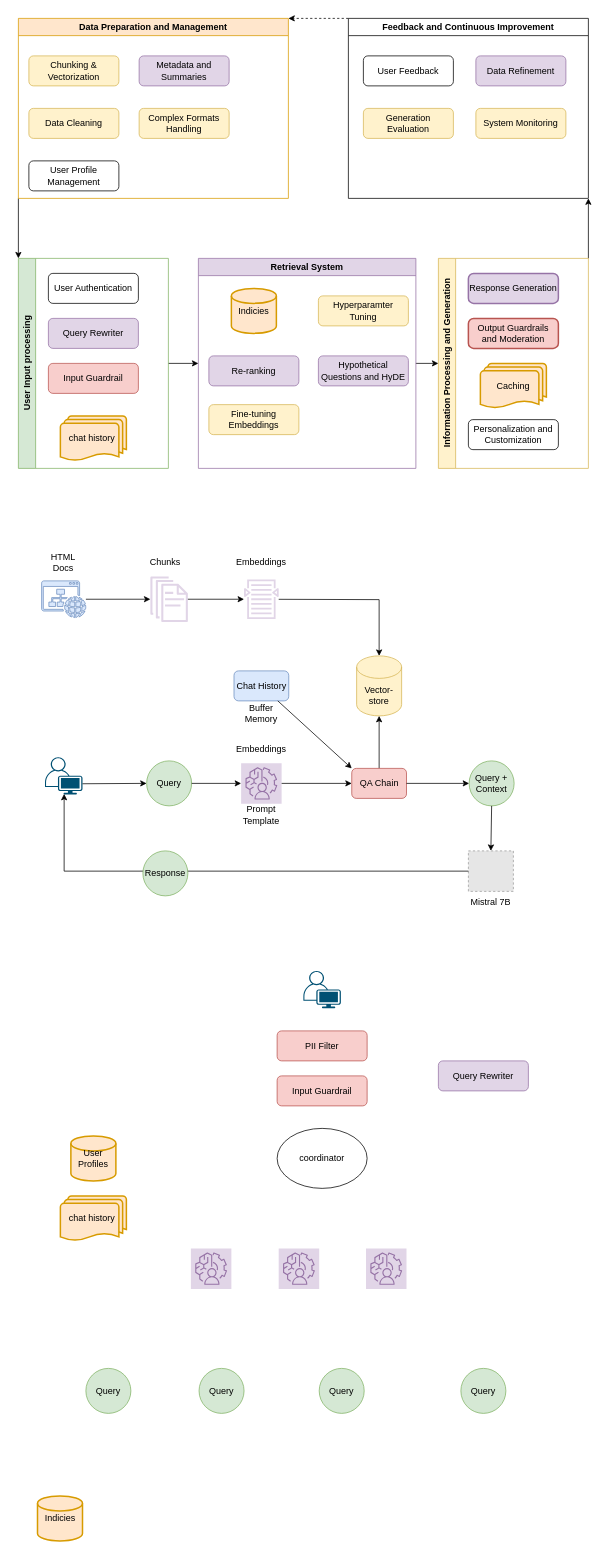
almutareb/InnovationPathfinderAI keeps this draw.io diagram as docs/roadmap_architecture.drawio. Above is the earlier version. Source tidied: cells renumbered, new cells numbered last; positions are measured from the earlier drawing's top-left corner, leaving out a move shared by most shapes. Both pictures are drawn from the tidied source at 75%, with x=0, y=0 at pixel (18, 18). Pictures stored in the file or linked from it are replaced by grey dashed boxes.
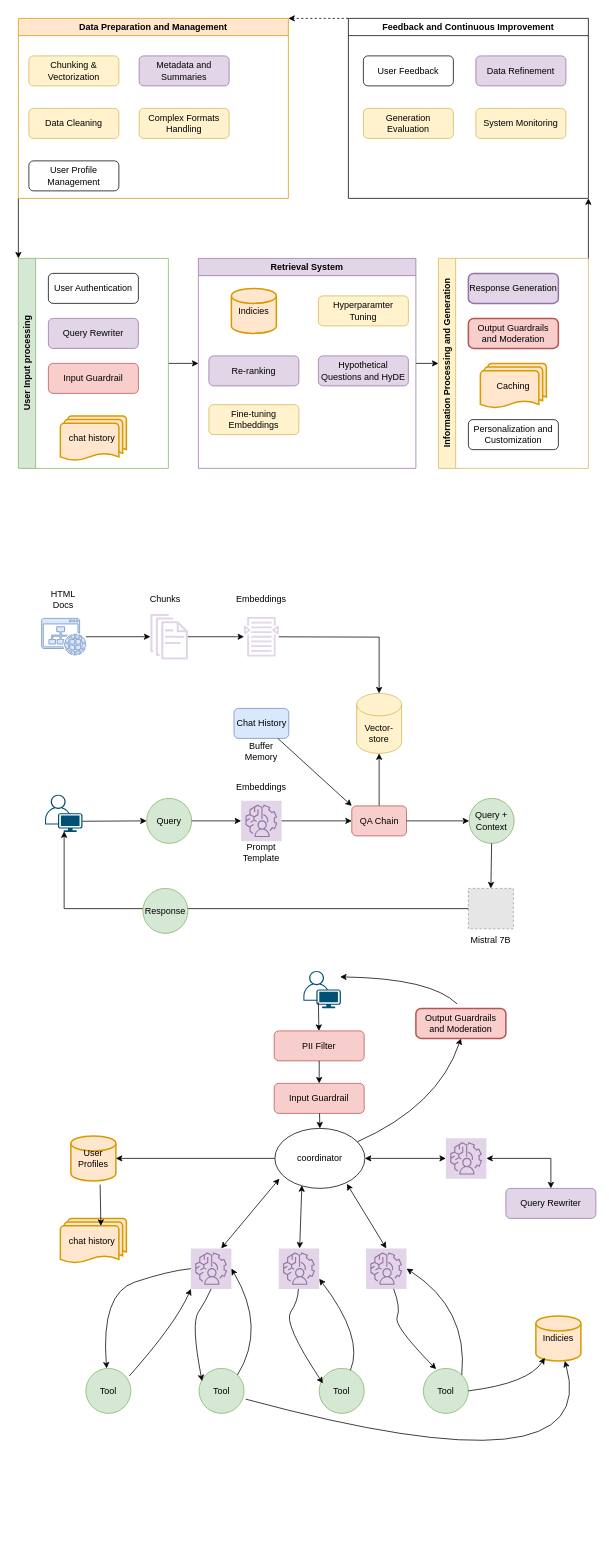
After the change.

Unchanged cells that the change refers to:
```xml
<mxCell id="64" style="points=[[0.35,0,0],[0.98,0.51,0],[1,0.71,0],[0.67,1,0],[0,0.795,0],[0,0.65,0]];verticalLabelPosition=bottom;sketch=0;html=1;verticalAlign=top;align=center;shape=mxgraph.cisco19.user;fillColor=#005073;strokeColor=none;" parent="1" vertex="1">
  <mxGeometry x="380" y="1270" width="50" height="50" as="geometry" />
</mxCell>
<mxCell id="71" style="sketch=0;points=[[0,0,0],[0.25,0,0],[0.5,0,0],[0.75,0,0],[1,0,0],[0,1,0],[0.25,1,0],[0.5,1,0],[0.75,1,0],[1,1,0],[0,0.25,0],[0,0.5,0],[0,0.75,0],[1,0.25,0],[1,0.5,0],[1,0.75,0]];outlineConnect=0;fillColor=#e1d5e7;strokeColor=#9673a6;dashed=0;verticalLabelPosition=bottom;verticalAlign=top;align=center;html=1;fontSize=12;fontStyle=0;shape=mxgraph.aws4.resourceIcon;resIcon=mxgraph.aws4.augmented_ai;" parent="1" vertex="1">
  <mxGeometry x="463.5" y="1640" width="54" height="54" as="geometry" />
</mxCell>
<mxCell id="72" style="sketch=0;points=[[0,0,0],[0.25,0,0],[0.5,0,0],[0.75,0,0],[1,0,0],[0,1,0],[0.25,1,0],[0.5,1,0],[0.75,1,0],[1,1,0],[0,0.25,0],[0,0.5,0],[0,0.75,0],[1,0.25,0],[1,0.5,0],[1,0.75,0]];outlineConnect=0;fillColor=#e1d5e7;strokeColor=#9673a6;dashed=0;verticalLabelPosition=bottom;verticalAlign=top;align=center;html=1;fontSize=12;fontStyle=0;shape=mxgraph.aws4.resourceIcon;resIcon=mxgraph.aws4.augmented_ai;" parent="1" vertex="1">
  <mxGeometry x="230" y="1640" width="54" height="54" as="geometry" />
</mxCell>
<mxCell id="73" style="sketch=0;points=[[0,0,0],[0.25,0,0],[0.5,0,0],[0.75,0,0],[1,0,0],[0,1,0],[0.25,1,0],[0.5,1,0],[0.75,1,0],[1,1,0],[0,0.25,0],[0,0.5,0],[0,0.75,0],[1,0.25,0],[1,0.5,0],[1,0.75,0]];outlineConnect=0;fillColor=#e1d5e7;strokeColor=#9673a6;dashed=0;verticalLabelPosition=bottom;verticalAlign=top;align=center;html=1;fontSize=12;fontStyle=0;shape=mxgraph.aws4.resourceIcon;resIcon=mxgraph.aws4.augmented_ai;" parent="1" vertex="1">
  <mxGeometry x="347.1" y="1640" width="54" height="54" as="geometry" />
</mxCell>
<mxCell id="78" value="User Profiles" style="strokeWidth=2;html=1;shape=mxgraph.flowchart.database;whiteSpace=wrap;fillColor=#ffe6cc;strokeColor=#d79b00;" parent="1" vertex="1">
  <mxGeometry x="70" y="1490" width="60" height="60" as="geometry" />
</mxCell>
```

The edit, as a diff of the source:
```diff
@@
     <mxCell id="34" style="sketch=0;shadow=0;dashed=0;html=1;strokeColor=#6c8ebf;fillColor=#dae8fc;labelPosition=center;verticalLabelPosition=bottom;verticalAlign=top;outlineConnect=0;align=center;shape=mxgraph.office.concepts.website;" parent="1" vertex="1">
-      <mxGeometry x="31" y="750" width="59" height="49" as="geometry" />
+      <mxGeometry x="31" y="800" width="59" height="49" as="geometry" />
     </mxCell>
     <mxCell id="35" style="points=[[0.35,0,0],[0.98,0.51,0],[1,0.71,0],[0.67,1,0],[0,0.795,0],[0,0.65,0]];verticalLabelPosition=bottom;sketch=0;html=1;verticalAlign=top;align=center;shape=mxgraph.cisco19.user;fillColor=#005073;strokeColor=none;" parent="1" vertex="1">
-      <mxGeometry x="35.5" y="985" width="50" height="50" as="geometry" />
+      <mxGeometry x="35.5" y="1035" width="50" height="50" as="geometry" />
     </mxCell>
     <mxCell id="36" value="Chat History" style="rounded=1;whiteSpace=wrap;html=1;fillColor=#dae8fc;strokeColor=#6c8ebf;" parent="1" vertex="1">
-      <mxGeometry x="287.5" y="870" width="73" height="40" as="geometry" />
+      <mxGeometry x="287.5" y="920" width="73" height="40" as="geometry" />
     </mxCell>
     <mxCell id="37" style="sketch=0;outlineConnect=0;fillColor=#e1d5e7;strokeColor=#9673a6;dashed=0;verticalLabelPosition=bottom;verticalAlign=top;align=center;html=1;fontSize=12;fontStyle=0;shape=mxgraph.aws4.documents;" parent="1" vertex="1">
-      <mxGeometry x="176" y="744" width="50" height="60.9" as="geometry" />
+      <mxGeometry x="176" y="794" width="50" height="60.9" as="geometry" />
     </mxCell>
     <mxCell id="38" style="sketch=0;outlineConnect=0;fillColor=#e1d5e7;strokeColor=#9673a6;dashed=0;verticalLabelPosition=bottom;verticalAlign=top;align=center;html=1;fontSize=12;fontStyle=0;shape=mxgraph.aws4.search_documents;" parent="1" vertex="1">
-      <mxGeometry x="300.9" y="748" width="46.2" height="53" as="geometry" />
+      <mxGeometry x="300.9" y="798" width="46.2" height="53" as="geometry" />
     </mxCell>
     <mxCell id="39" value="Vector-store" style="shape=cylinder3;whiteSpace=wrap;html=1;boundedLbl=1;backgroundOutline=1;size=15;fillColor=#fff2cc;strokeColor=#d6b656;" parent="1" vertex="1">
-      <mxGeometry x="451" y="850" width="60" height="80" as="geometry" />
+      <mxGeometry x="451" y="900" width="60" height="80" as="geometry" />
     </mxCell>
     <mxCell id="40" style="fillColor=#E6E6E6;strokeColor=#999999;dashed=1;html=1;verticalLabelPosition=bottom;labelBackgroundColor=#ffffff;verticalAlign=top;" parent="1" vertex="1">
-      <mxGeometry x="600" y="1110" width="60" height="54" as="geometry" />
+      <mxGeometry x="600" y="1160" width="60" height="54" as="geometry" />
     </mxCell>
     <mxCell id="41" style="sketch=0;points=[[0,0,0],[0.25,0,0],[0.5,0,0],[0.75,0,0],[1,0,0],[0,1,0],[0.25,1,0],[0.5,1,0],[0.75,1,0],[1,1,0],[0,0.25,0],[0,0.5,0],[0,0.75,0],[1,0.25,0],[1,0.5,0],[1,0.75,0]];outlineConnect=0;fillColor=#e1d5e7;strokeColor=#9673a6;dashed=0;verticalLabelPosition=bottom;verticalAlign=top;align=center;html=1;fontSize=12;fontStyle=0;shape=mxgraph.aws4.resourceIcon;resIcon=mxgraph.aws4.augmented_ai;" parent="1" vertex="1">
-      <mxGeometry x="297" y="993" width="54" height="54" as="geometry" />
+      <mxGeometry x="297" y="1043" width="54" height="54" as="geometry" />
     </mxCell>
     <mxCell id="42" value="Query" style="ellipse;whiteSpace=wrap;html=1;direction=south;fillColor=#d5e8d4;strokeColor=#82b366;" parent="1" vertex="1">
-      <mxGeometry x="171" y="990" width="60" height="60" as="geometry" />
+      <mxGeometry x="171" y="1040" width="60" height="60" as="geometry" />
     </mxCell>
@@
     <mxCell id="45" style="endArrow=classic;html=1;rounded=0;entryX=0.5;entryY=0;entryDx=0;entryDy=0;entryPerimeter=0;" parent="1" edge="1" source="38" target="39">
       <mxGeometry relative="1" as="geometry">
         <Array as="points">
-          <mxPoint x="481" y="775" />
+          <mxPoint x="481" y="825" />
         </Array>
       </mxGeometry>
     </mxCell>
     <mxCell id="46" value="HTML Docs" style="text;html=1;strokeColor=none;fillColor=none;align=center;verticalAlign=middle;whiteSpace=wrap;rounded=0;" parent="1" vertex="1">
-      <mxGeometry x="30" y="710" width="60" height="30" as="geometry" />
+      <mxGeometry x="30" y="760" width="60" height="30" as="geometry" />
     </mxCell>
     <mxCell id="47" value="Chunks" style="text;html=1;strokeColor=none;fillColor=none;align=center;verticalAlign=middle;whiteSpace=wrap;rounded=0;" parent="1" vertex="1">
-      <mxGeometry x="166" y="710" width="60" height="30" as="geometry" />
+      <mxGeometry x="166" y="760" width="60" height="30" as="geometry" />
     </mxCell>
     <mxCell id="48" value="Embeddings" style="text;html=1;strokeColor=none;fillColor=none;align=center;verticalAlign=middle;whiteSpace=wrap;rounded=0;" parent="1" vertex="1">
-      <mxGeometry x="294" y="710" width="60" height="30" as="geometry" />
+      <mxGeometry x="294" y="760" width="60" height="30" as="geometry" />
     </mxCell>
@@
     <mxCell id="52" value="Query + Context" style="ellipse;whiteSpace=wrap;html=1;direction=south;fillColor=#d5e8d4;strokeColor=#82b366;" parent="1" vertex="1">
-      <mxGeometry x="601" y="990" width="60" height="60" as="geometry" />
+      <mxGeometry x="601" y="1040" width="60" height="60" as="geometry" />
     </mxCell>
@@
     <mxCell id="56" value="QA Chain" style="rounded=1;whiteSpace=wrap;html=1;fillColor=#f8cecc;strokeColor=#b85450;" parent="1" vertex="1">
-      <mxGeometry x="444.5" y="1000" width="73" height="40" as="geometry" />
+      <mxGeometry x="444.5" y="1050" width="73" height="40" as="geometry" />
     </mxCell>
@@
     <mxCell id="58" value="Prompt Template" style="text;html=1;strokeColor=none;fillColor=none;align=center;verticalAlign=middle;whiteSpace=wrap;rounded=0;" parent="1" vertex="1">
-      <mxGeometry x="294" y="1047" width="60" height="30" as="geometry" />
+      <mxGeometry x="294" y="1097" width="60" height="30" as="geometry" />
     </mxCell>
     <mxCell id="59" value="Buffer Memory" style="text;html=1;strokeColor=none;fillColor=none;align=center;verticalAlign=middle;whiteSpace=wrap;rounded=0;" parent="1" vertex="1">
-      <mxGeometry x="294" y="912" width="60" height="30" as="geometry" />
+      <mxGeometry x="294" y="962" width="60" height="30" as="geometry" />
     </mxCell>
     <mxCell id="60" value="Embeddings" style="text;html=1;strokeColor=none;fillColor=none;align=center;verticalAlign=middle;whiteSpace=wrap;rounded=0;" parent="1" vertex="1">
-      <mxGeometry x="294" y="960" width="60" height="30" as="geometry" />
+      <mxGeometry x="294" y="1010" width="60" height="30" as="geometry" />
     </mxCell>
     <mxCell id="61" value="Mistral 7B" style="text;html=1;strokeColor=none;fillColor=none;align=center;verticalAlign=middle;whiteSpace=wrap;rounded=0;" parent="1" vertex="1">
-      <mxGeometry x="600" y="1164" width="60" height="30" as="geometry" />
+      <mxGeometry x="600" y="1214" width="60" height="30" as="geometry" />
     </mxCell>
     <mxCell id="62" style="endArrow=classic;html=1;rounded=0;entryX=0.51;entryY=0.98;entryDx=0;entryDy=0;exitX=0;exitY=0.5;exitDx=0;exitDy=0;entryPerimeter=0;" parent="1" edge="1" source="40" target="35">
       <mxGeometry relative="1" as="geometry">
         <Array as="points">
-          <mxPoint x="61" y="1137" />
+          <mxPoint x="61" y="1187" />
         </Array>
       </mxGeometry>
     </mxCell>
     <mxCell id="63" value="Response" style="ellipse;whiteSpace=wrap;html=1;direction=south;fillColor=#d5e8d4;strokeColor=#82b366;" parent="1" vertex="1">
-      <mxGeometry x="166" y="1110" width="60" height="60" as="geometry" />
+      <mxGeometry x="166" y="1160" width="60" height="60" as="geometry" />
     </mxCell>
@@
     <mxCell id="65" value="coordinator" style="ellipse;whiteSpace=wrap;html=1;" parent="1" vertex="1">
-      <mxGeometry x="345" y="1480" width="120" height="80" as="geometry" />
+      <mxGeometry x="342" y="1480" width="120" height="80" as="geometry" />
     </mxCell>
     <mxCell id="66" value="Input Guardrail" style="rounded=1;whiteSpace=wrap;html=1;fontSize=12;glass=0;strokeWidth=1;shadow=0;fillColor=#f8cecc;strokeColor=#b85450;" parent="1" vertex="1">
-      <mxGeometry x="345" y="1410" width="120" height="40" as="geometry" />
+      <mxGeometry x="341.1" y="1420" width="120" height="40" as="geometry" />
     </mxCell>
     <mxCell id="67" value="Query Rewriter" style="rounded=1;whiteSpace=wrap;html=1;fontSize=12;glass=0;strokeWidth=1;shadow=0;fillColor=#e1d5e7;strokeColor=#9673a6;" parent="1" vertex="1">
-      <mxGeometry x="560" y="1390" width="120" height="40" as="geometry" />
+      <mxGeometry x="650" y="1560" width="120" height="40" as="geometry" />
     </mxCell>
     <mxCell id="68" value="chat history&amp;nbsp; " style="strokeWidth=2;html=1;shape=mxgraph.flowchart.multi-document;whiteSpace=wrap;fillColor=#ffe6cc;strokeColor=#d79b00;" parent="1" vertex="1">
-      <mxGeometry x="56" y="1570" width="88" height="60" as="geometry" />
+      <mxGeometry x="56" y="1600" width="88" height="60" as="geometry" />
     </mxCell>
     <mxCell id="69" value="PII Filter" style="rounded=1;whiteSpace=wrap;html=1;fontSize=12;glass=0;strokeWidth=1;shadow=0;fillColor=#f8cecc;strokeColor=#b85450;" parent="1" vertex="1">
-      <mxGeometry x="345" y="1350" width="120" height="40" as="geometry" />
+      <mxGeometry x="341.1" y="1350" width="120" height="40" as="geometry" />
     </mxCell>
-    <mxCell id="70" value="Query" style="ellipse;whiteSpace=wrap;html=1;direction=south;fillColor=#d5e8d4;strokeColor=#82b366;" parent="1" vertex="1">
-      <mxGeometry x="590" y="1800" width="60" height="60" as="geometry" />
+    <mxCell id="70" value="Tool" style="ellipse;whiteSpace=wrap;html=1;direction=south;fillColor=#d5e8d4;strokeColor=#82b366;" parent="1" vertex="1">
+      <mxGeometry x="540" y="1800" width="60" height="60" as="geometry" />
     </mxCell>
@@
-    <mxCell id="74" value="Query" style="ellipse;whiteSpace=wrap;html=1;direction=south;fillColor=#d5e8d4;strokeColor=#82b366;" parent="1" vertex="1">
+    <mxCell id="74" value="Tool" style="ellipse;whiteSpace=wrap;html=1;direction=south;fillColor=#d5e8d4;strokeColor=#82b366;" parent="1" vertex="1">
       <mxGeometry x="90" y="1800" width="60" height="60" as="geometry" />
     </mxCell>
-    <mxCell id="75" value="Query" style="ellipse;whiteSpace=wrap;html=1;direction=south;fillColor=#d5e8d4;strokeColor=#82b366;" parent="1" vertex="1">
+    <mxCell id="75" value="Tool" style="ellipse;whiteSpace=wrap;html=1;direction=south;fillColor=#d5e8d4;strokeColor=#82b366;" parent="1" vertex="1">
       <mxGeometry x="401.1" y="1800" width="60" height="60" as="geometry" />
     </mxCell>
-    <mxCell id="76" value="Query" style="ellipse;whiteSpace=wrap;html=1;direction=south;fillColor=#d5e8d4;strokeColor=#82b366;" parent="1" vertex="1">
+    <mxCell id="76" value="Tool" style="ellipse;whiteSpace=wrap;html=1;direction=south;fillColor=#d5e8d4;strokeColor=#82b366;" parent="1" vertex="1">
       <mxGeometry x="240.9" y="1800" width="60" height="60" as="geometry" />
     </mxCell>
     <mxCell id="77" value="&lt;div&gt;Indicies&lt;/div&gt;" style="strokeWidth=2;html=1;shape=mxgraph.flowchart.database;whiteSpace=wrap;fillColor=#ffe6cc;strokeColor=#d79b00;" parent="1" vertex="1">
-      <mxGeometry x="25.5" y="1970" width="60" height="60" as="geometry" />
+      <mxGeometry x="690" y="1730" width="60" height="60" as="geometry" />
     </mxCell>
@@
+    <mxCell id="79" style="sketch=0;points=[[0,0,0],[0.25,0,0],[0.5,0,0],[0.75,0,0],[1,0,0],[0,1,0],[0.25,1,0],[0.5,1,0],[0.75,1,0],[1,1,0],[0,0.25,0],[0,0.5,0],[0,0.75,0],[1,0.25,0],[1,0.5,0],[1,0.75,0]];outlineConnect=0;fillColor=#e1d5e7;strokeColor=#9673a6;dashed=0;verticalLabelPosition=bottom;verticalAlign=top;align=center;html=1;fontSize=12;fontStyle=0;shape=mxgraph.aws4.resourceIcon;resIcon=mxgraph.aws4.augmented_ai;" parent="1" vertex="1">
+      <mxGeometry x="570" y="1493" width="54" height="54" as="geometry" />
+    </mxCell>
+    <mxCell id="80" style="endArrow=classic;html=1;rounded=0;exitX=0.4;exitY=0.84;exitDx=0;exitDy=0;exitPerimeter=0;" parent="1" edge="1" source="64" target="69">
+      <mxGeometry relative="1" as="geometry" />
+    </mxCell>
+    <mxCell id="81" style="endArrow=classic;html=1;rounded=0;exitX=0.5;exitY=1;exitDx=0;exitDy=0;entryX=0.5;entryY=0;entryDx=0;entryDy=0;" parent="1" edge="1" source="69" target="66">
+      <mxGeometry relative="1" as="geometry" />
+    </mxCell>
+    <mxCell id="82" style="endArrow=classic;html=1;rounded=0;entryX=0.5;entryY=0;entryDx=0;entryDy=0;" parent="1" edge="1" source="66" target="65">
+      <mxGeometry relative="1" as="geometry" />
+    </mxCell>
+    <mxCell id="83" style="endArrow=classic;html=1;rounded=0;exitX=0.05;exitY=0.838;exitDx=0;exitDy=0;exitPerimeter=0;entryX=0.75;entryY=0;entryDx=0;entryDy=0;entryPerimeter=0;startArrow=classic;startFill=1;" parent="1" edge="1" source="65" target="72">
+      <mxGeometry relative="1" as="geometry" />
+    </mxCell>
+    <mxCell id="84" style="endArrow=classic;html=1;rounded=0;exitX=0.3;exitY=0.95;exitDx=0;exitDy=0;exitPerimeter=0;startArrow=classic;startFill=1;" parent="1" edge="1" source="65" target="73">
+      <mxGeometry relative="1" as="geometry" />
+    </mxCell>
+    <mxCell id="85" style="endArrow=classic;html=1;rounded=0;exitX=0.8;exitY=0.925;exitDx=0;exitDy=0;exitPerimeter=0;entryX=0.5;entryY=0;entryDx=0;entryDy=0;entryPerimeter=0;startArrow=classic;startFill=1;" parent="1" edge="1" source="65" target="71">
+      <mxGeometry relative="1" as="geometry" />
+    </mxCell>
+    <mxCell id="86" style="endArrow=classic;html=1;rounded=0;exitX=1;exitY=0.5;exitDx=0;exitDy=0;entryX=0;entryY=0.5;entryDx=0;entryDy=0;entryPerimeter=0;startArrow=classic;startFill=1;" parent="1" edge="1" source="65" target="79">
+      <mxGeometry relative="1" as="geometry" />
+    </mxCell>
+    <mxCell id="87" style="endArrow=classic;html=1;rounded=0;exitX=1;exitY=0.5;exitDx=0;exitDy=0;entryX=0.5;entryY=0;entryDx=0;entryDy=0;exitPerimeter=0;startArrow=classic;startFill=1;" parent="1" edge="1" source="79" target="67">
+      <mxGeometry relative="1" as="geometry">
+        <Array as="points">
+          <mxPoint x="710" y="1520" />
+        </Array>
+      </mxGeometry>
+    </mxCell>
+    <mxCell id="88" style="endArrow=classic;html=1;rounded=0;exitX=0;exitY=0.5;exitDx=0;exitDy=0;entryX=1;entryY=0.5;entryDx=0;entryDy=0;entryPerimeter=0;" parent="1" edge="1" source="65" target="78">
+      <mxGeometry relative="1" as="geometry" />
+    </mxCell>
+    <mxCell id="89" style="endArrow=classic;html=1;rounded=0;exitX=0.65;exitY=1.083;exitDx=0;exitDy=0;entryX=0.614;entryY=0.167;entryDx=0;entryDy=0;entryPerimeter=0;exitPerimeter=0;" parent="1" edge="1" source="78" target="68">
+      <mxGeometry relative="1" as="geometry" />
+    </mxCell>
+    <mxCell id="90" style="curved=1;endArrow=classic;html=1;rounded=0;exitX=0.167;exitY=0.033;exitDx=0;exitDy=0;exitPerimeter=0;entryX=0;entryY=1;entryDx=0;entryDy=0;entryPerimeter=0;" parent="1" edge="1" source="74" target="72">
+      <mxGeometry relative="1" as="geometry">
+        <Array as="points">
+          <mxPoint x="210" y="1740" />
+        </Array>
+      </mxGeometry>
+    </mxCell>
+    <mxCell id="91" style="curved=1;endArrow=classic;html=1;rounded=0;exitX=0;exitY=0.5;exitDx=0;exitDy=0;exitPerimeter=0;" parent="1" edge="1" source="72" target="74">
+      <mxGeometry relative="1" as="geometry">
+        <Array as="points">
+          <mxPoint x="200" y="1670" />
+          <mxPoint x="110" y="1700" />
+        </Array>
+      </mxGeometry>
+    </mxCell>
+    <mxCell id="92" style="curved=1;endArrow=classic;html=1;rounded=0;exitX=0;exitY=0;exitDx=0;exitDy=0;entryX=1;entryY=0.5;entryDx=0;entryDy=0;entryPerimeter=0;" parent="1" edge="1" source="70" target="71">
+      <mxGeometry relative="1" as="geometry">
+        <Array as="points">
+          <mxPoint x="600" y="1720" />
+        </Array>
+      </mxGeometry>
+    </mxCell>
+    <mxCell id="93" style="curved=1;endArrow=classic;html=1;rounded=0;entryX=0.017;entryY=0.717;entryDx=0;entryDy=0;entryPerimeter=0;" parent="1" edge="1" source="71" target="70">
+      <mxGeometry relative="1" as="geometry">
+        <Array as="points">
+          <mxPoint x="510" y="1720" />
+          <mxPoint x="500" y="1743" />
+        </Array>
+      </mxGeometry>
+    </mxCell>
+    <mxCell id="94" style="curved=1;endArrow=classic;html=1;rounded=0;exitX=0.5;exitY=1;exitDx=0;exitDy=0;exitPerimeter=0;entryX=0.283;entryY=0.932;entryDx=0;entryDy=0;entryPerimeter=0;" parent="1" edge="1" source="72" target="76">
+      <mxGeometry relative="1" as="geometry">
+        <Array as="points">
+          <mxPoint x="250" y="1710" />
+          <mxPoint x="230" y="1740" />
+        </Array>
+      </mxGeometry>
+    </mxCell>
+    <mxCell id="95" style="curved=1;endArrow=classic;html=1;rounded=0;exitX=0;exitY=0;exitDx=0;exitDy=0;entryX=1;entryY=0.5;entryDx=0;entryDy=0;entryPerimeter=0;" parent="1" edge="1" source="76" target="72">
+      <mxGeometry relative="1" as="geometry">
+        <Array as="points">
+          <mxPoint x="331" y="1746" />
+        </Array>
+      </mxGeometry>
+    </mxCell>
+    <mxCell id="96" style="curved=1;endArrow=classic;html=1;rounded=0;entryX=0.333;entryY=0.918;entryDx=0;entryDy=0;entryPerimeter=0;" parent="1" edge="1" source="73" target="75">
+      <mxGeometry relative="1" as="geometry">
+        <Array as="points">
+          <mxPoint x="373" y="1710" />
+          <mxPoint x="353" y="1740" />
+        </Array>
+      </mxGeometry>
+    </mxCell>
+    <mxCell id="97" style="curved=1;endArrow=classic;html=1;rounded=0;entryX=1;entryY=0.75;entryDx=0;entryDy=0;entryPerimeter=0;" parent="1" edge="1" source="75" target="73">
+      <mxGeometry relative="1" as="geometry">
+        <Array as="points">
+          <mxPoint x="461.1" y="1759" />
+        </Array>
+      </mxGeometry>
+    </mxCell>
+    <mxCell id="98" style="curved=1;endArrow=classic;html=1;rounded=0;entryX=0.5;entryY=1;entryDx=0;entryDy=0;" parent="1" edge="1" source="65" target="99">
+      <mxGeometry relative="1" as="geometry">
+        <Array as="points">
+          <mxPoint x="560" y="1450" />
+        </Array>
+      </mxGeometry>
+    </mxCell>
+    <mxCell id="99" value="Output Guardrails and Moderation" style="rounded=1;whiteSpace=wrap;html=1;absoluteArcSize=1;arcSize=14;strokeWidth=2;fillColor=#f8cecc;strokeColor=#b85450;" parent="1" vertex="1">
+      <mxGeometry x="530" y="1320" width="120" height="40" as="geometry" />
+    </mxCell>
+    <mxCell id="100" style="curved=1;endArrow=classic;html=1;rounded=0;entryX=0.98;entryY=0.16;entryDx=0;entryDy=0;exitX=0.458;exitY=-0.15;exitDx=0;exitDy=0;exitPerimeter=0;entryPerimeter=0;" parent="1" edge="1" source="99" target="64">
+      <mxGeometry relative="1" as="geometry">
+        <Array as="points">
+          <mxPoint x="550" y="1280" />
+        </Array>
+      </mxGeometry>
+    </mxCell>
+    <mxCell id="101" style="curved=1;endArrow=classic;html=1;rounded=0;exitX=0.5;exitY=0;exitDx=0;exitDy=0;entryX=0.2;entryY=0.933;entryDx=0;entryDy=0;entryPerimeter=0;" parent="1" edge="1" source="70" target="77">
+      <mxGeometry relative="1" as="geometry">
+        <Array as="points">
+          <mxPoint x="680" y="1820" />
+        </Array>
+      </mxGeometry>
+    </mxCell>
+    <mxCell id="102" style="curved=1;endArrow=classic;html=1;rounded=0;exitX=0.683;exitY=-0.035;exitDx=0;exitDy=0;exitPerimeter=0;" parent="1" edge="1" source="76" target="77">
+      <mxGeometry relative="1" as="geometry">
+        <Array as="points">
+          <mxPoint x="780" y="1970" />
+        </Array>
+      </mxGeometry>
+    </mxCell>
```
